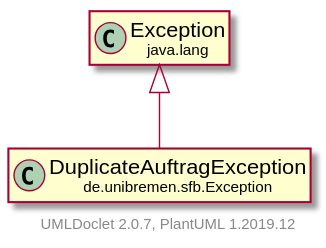
Above: doc/UML/modulsichtSVG/DuplicateAuftragException.svg in fkehlenb/softwareprojekt-2 (PlantUML), before the change.
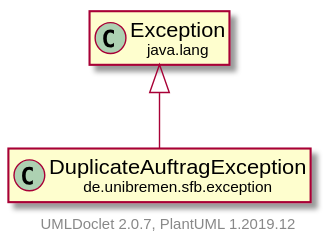
Above is the later version.

What changed in the source:
```diff
@@ -3,11 +3,11 @@
     hide empty fields
     hide empty methods
 
-    class "<size:14>DuplicateAuftragException\n<size:10>de.unibremen.sfb.Exception" as de.unibremen.sfb.Exception.DuplicateAuftragException [[DuplicateAuftragException.html]]
+    class "<size:14>DuplicateAuftragException\n<size:10>de.unibremen.sfb.exception" as de.unibremen.sfb.exception.DuplicateAuftragException [[DuplicateAuftragException.html]]
 
-    class "<size:14>Exception\n<size:10>java.lang" as java.lang.Exception [[https://docs.oracle.com/en/java/javase/11/docs/api/java.base/java/lang/Exception.html?is-external=true]]
+    class "<size:14>exception\n<size:10>java.lang" as java.lang.exception [[https://docs.oracle.com/en/java/javase/11/docs/api/java.base/java/lang/Exception.html?is-external=true]]
 
-    java.lang.Exception <|-- de.unibremen.sfb.Exception.DuplicateAuftragException
+    java.lang.exception <|-- de.unibremen.sfb.exception.DuplicateAuftragException
 
     center footer UMLDoclet 2.0.7, PlantUML 1.2019.12
 @enduml
```
